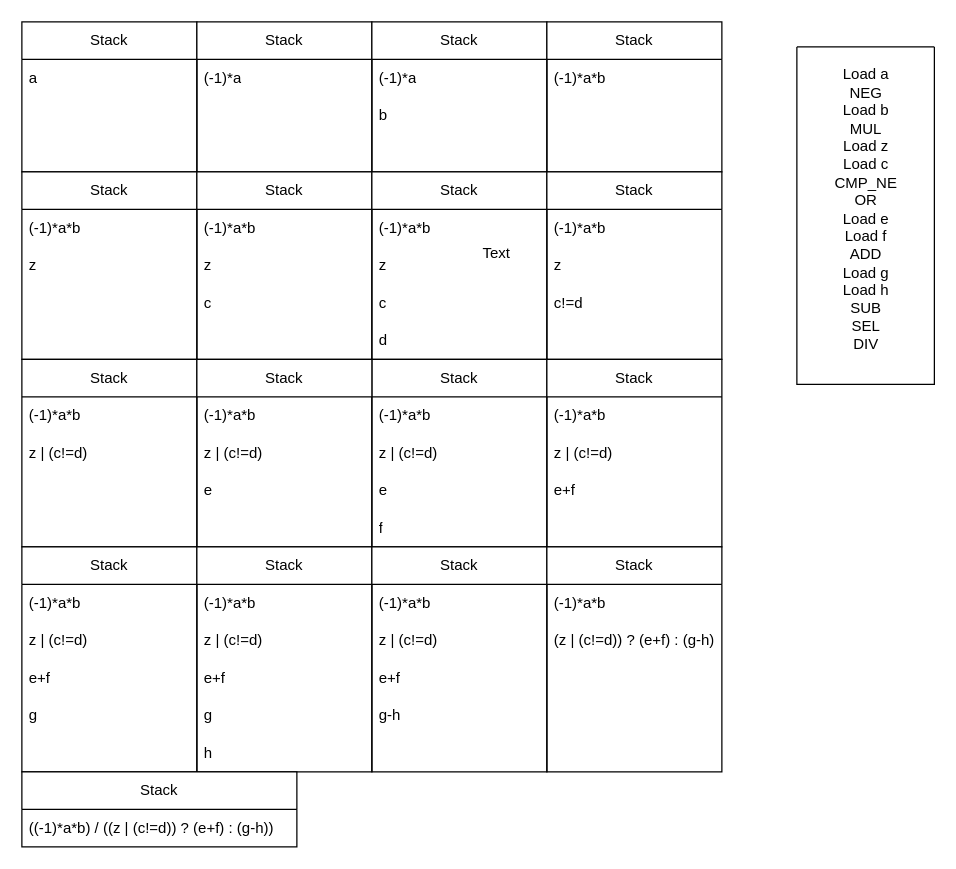
This is Untitled Diagram.drawio from merrinchen/merr, a draw.io file, before an edit. Source tidied: cells renumbered, new cells numbered last; positions are measured from the earlier drawing's top-left corner, leaving out a move shared by most shapes. Both pictures are drawn from the tidied source at 125%, with x=0, y=0 at pixel (21, 21).
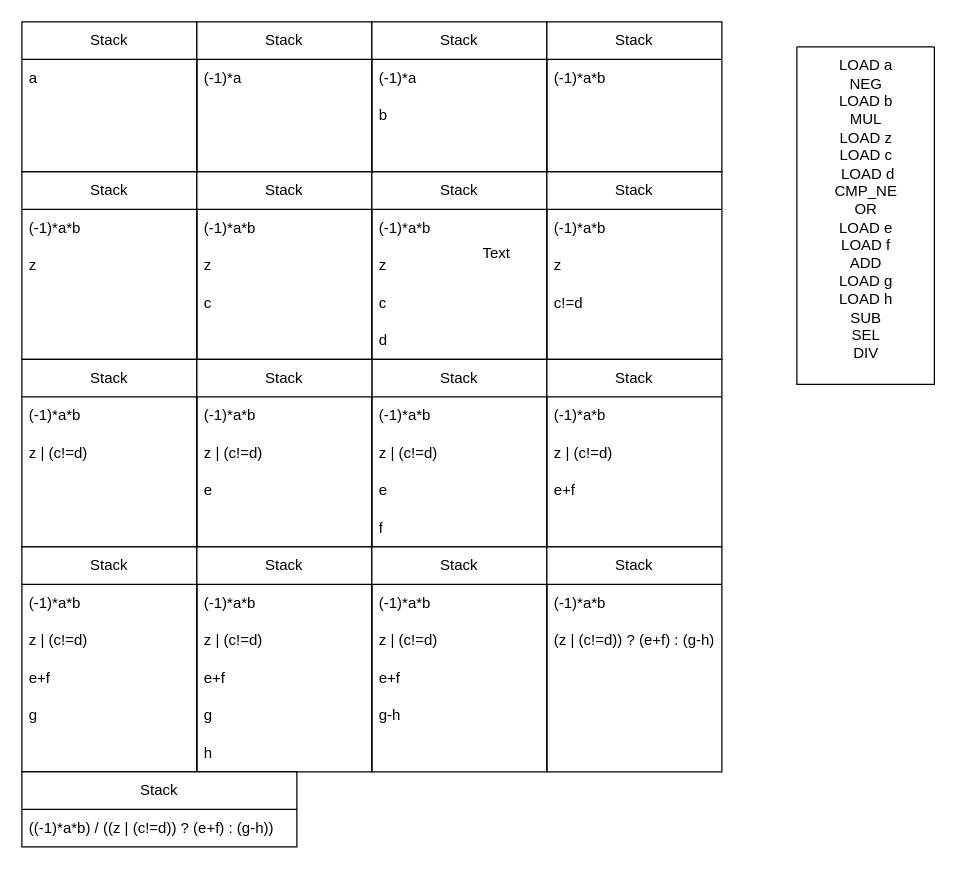
The same page after the edit.

Unchanged cells that the change refers to:
```xml
<mxCell id="85" style="swimlane;startSize=0;" parent="1" vertex="1">
  <mxGeometry x="620" y="20" width="110" height="270" as="geometry" />
</mxCell>
```

Diff of the diagram source:
```diff
@@
-    <mxCell id="86" value="Load a&lt;br&gt;NEG&lt;br&gt;Load b&lt;br&gt;MUL&lt;br&gt;Load z&lt;br&gt;Load c&lt;br&gt;CMP_NE&lt;br&gt;OR&lt;br&gt;Load e&lt;br&gt;Load f&lt;br&gt;ADD&lt;br&gt;Load g&lt;br&gt;Load h&lt;br&gt;SUB&lt;br&gt;SEL&lt;br&gt;DIV&lt;br&gt;" style="text;html=1;align=center;verticalAlign=middle;strokeColor=none;fillColor=none;" parent="85" vertex="1">
-      <mxGeometry x="20" y="10" width="70" height="240" as="geometry" />
+    <mxCell id="86" value="LOAD a&lt;br&gt;NEG&lt;br&gt;LOAD b&lt;br&gt;MUL&lt;br&gt;LOAD z&lt;br&gt;LOAD c&lt;br&gt;&amp;nbsp;LOAD d&lt;br&gt;CMP_NE&lt;br&gt;OR&lt;br&gt;LOAD e&lt;br&gt;LOAD f&lt;br&gt;ADD&lt;br&gt;LOAD g&lt;br&gt;LOAD h&lt;br&gt;SUB&lt;br&gt;SEL&lt;br&gt;DIV" style="text;html=1;align=center;verticalAlign=middle;strokeColor=none;fillColor=none;" parent="85" vertex="1">
+      <mxGeometry x="20" width="70" height="260" as="geometry" />
     </mxCell>
```
